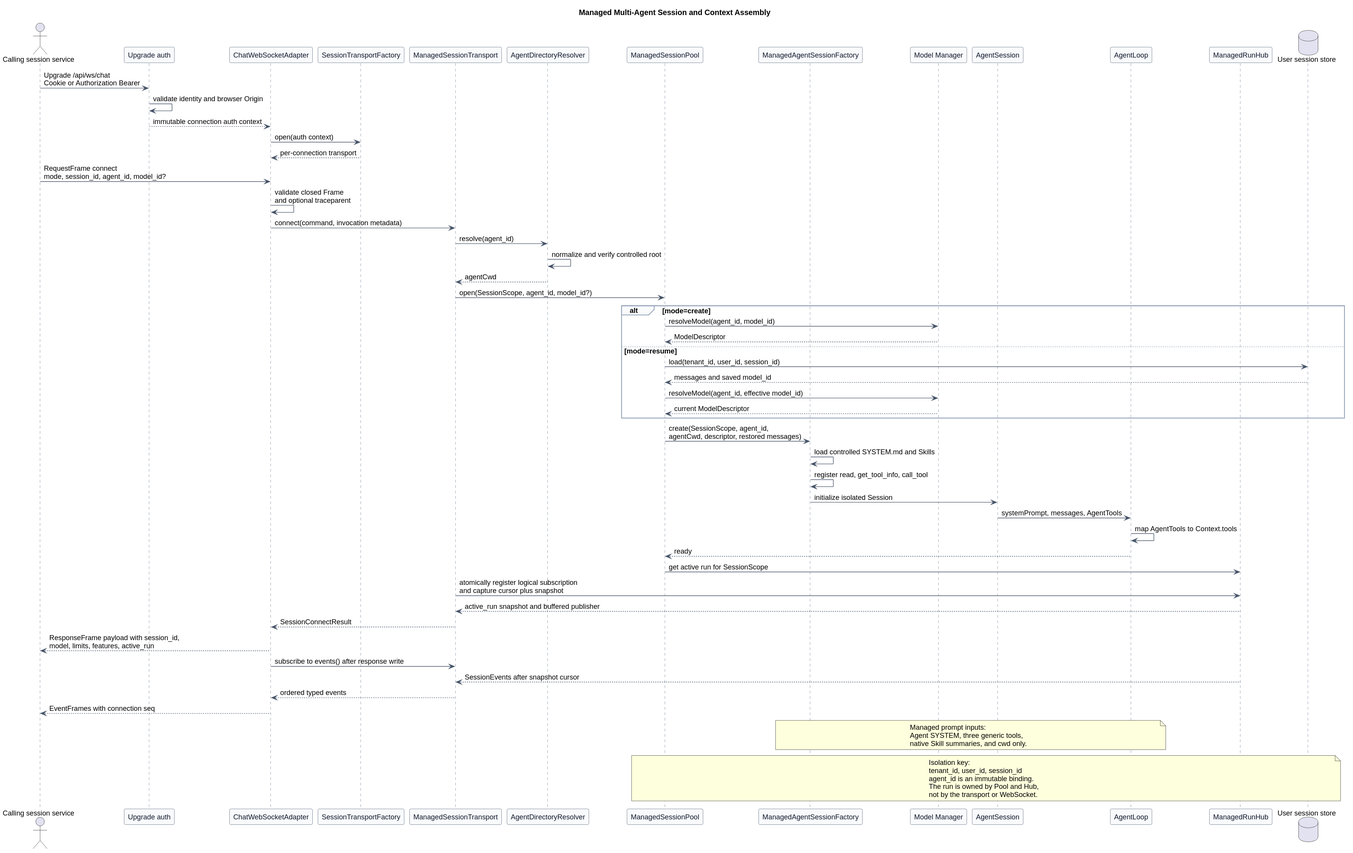
The PlantUML diagram pi-mono-java-manager-driven-multi-agent-runtime/managed_session_context_assembly.svg in superheromeZzh/pi-mono-java-design, before a commit.
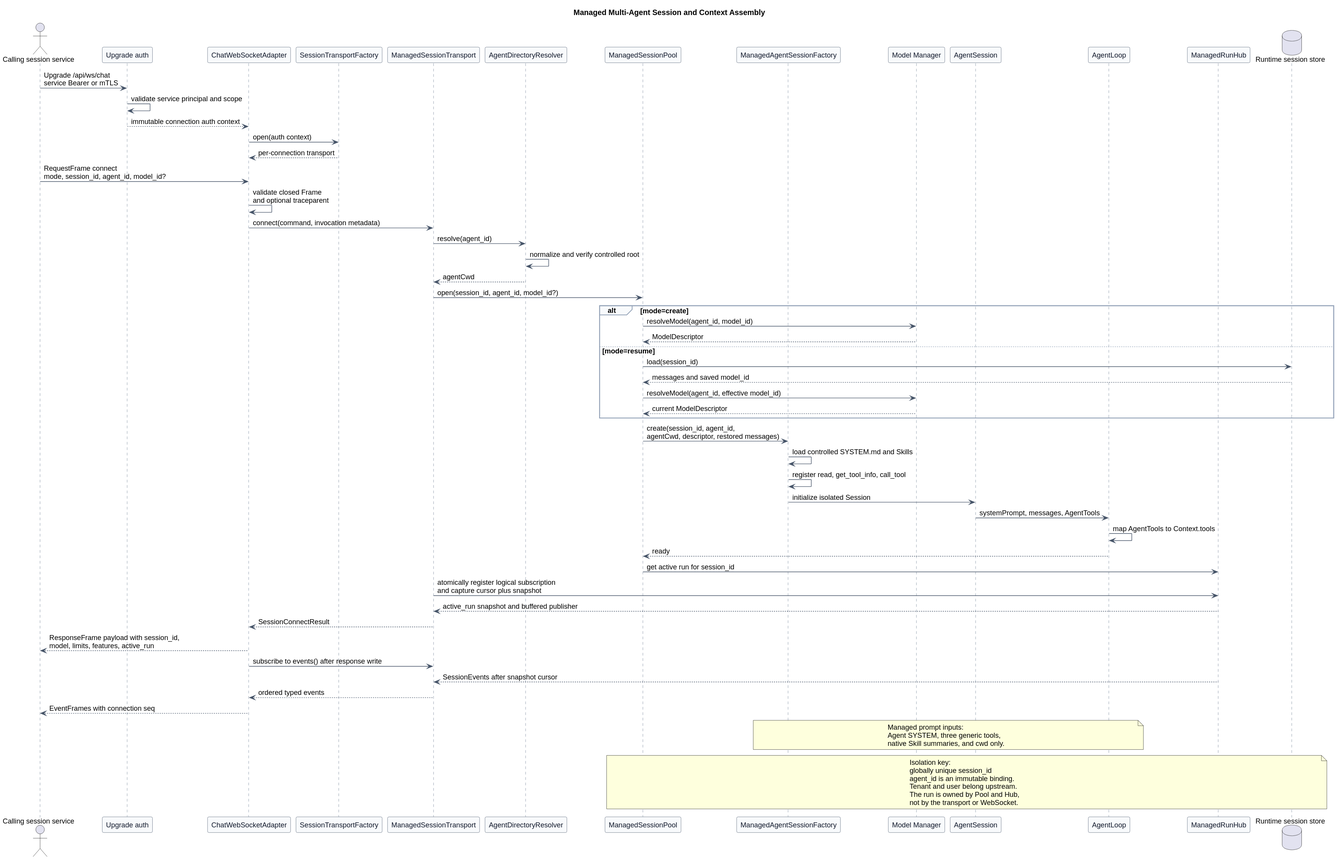
The same diagram one commit later.

Change to the diagram source:
```diff
@@ -31,10 +31,10 @@
 participant "AgentSession" as Session
 participant "AgentLoop" as Loop
 participant "ManagedRunHub" as Hub
-database "User session store" as Store
+database "Runtime session store" as Store
 
-Client -> Auth : Upgrade /api/ws/chat\nCookie or Authorization Bearer
-Auth -> Auth : validate identity and browser Origin
+Client -> Auth : Upgrade /api/ws/chat\nservice Bearer or mTLS
+Auth -> Auth : validate service principal and scope
 Auth --> WS : immutable connection auth context
 WS -> TransportFactory : open(auth context)
 TransportFactory --> WS : per-connection transport
@@ -44,26 +44,26 @@
 Transport -> Resolver : resolve(agent_id)
 Resolver -> Resolver : normalize and verify controlled root
 Resolver --> Transport : agentCwd
-Transport -> Pool : open(SessionScope, agent_id, model_id?)
+Transport -> Pool : open(session_id, agent_id, model_id?)
 
 alt mode=create
   Pool -> ModelManager : resolveModel(agent_id, model_id)
   ModelManager --> Pool : ModelDescriptor
 else mode=resume
-  Pool -> Store : load(tenant_id, user_id, session_id)
+  Pool -> Store : load(session_id)
   Store --> Pool : messages and saved model_id
   Pool -> ModelManager : resolveModel(agent_id, effective model_id)
   ModelManager --> Pool : current ModelDescriptor
 end
 
-Pool -> Factory : create(SessionScope, agent_id,\nagentCwd, descriptor, restored messages)
+Pool -> Factory : create(session_id, agent_id,\nagentCwd, descriptor, restored messages)
 Factory -> Factory : load controlled SYSTEM.md and Skills
 Factory -> Factory : register read, get_tool_info, call_tool
 Factory -> Session : initialize isolated Session
 Session -> Loop : systemPrompt, messages, AgentTools
 Loop -> Loop : map AgentTools to Context.tools
 Loop --> Pool : ready
-Pool -> Hub : get active run for SessionScope
+Pool -> Hub : get active run for session_id
 Transport -> Hub : atomically register logical subscription\nand capture cursor plus snapshot
 Hub --> Transport : active_run snapshot and buffered publisher
 Transport --> WS : SessionConnectResult
@@ -81,8 +81,9 @@
 
 note over Pool,Store
 Isolation key:
-tenant_id, user_id, session_id
+globally unique session_id
 agent_id is an immutable binding.
+Tenant and user belong upstream.
 The run is owned by Pool and Hub,
 not by the transport or WebSocket.
 end note
```
